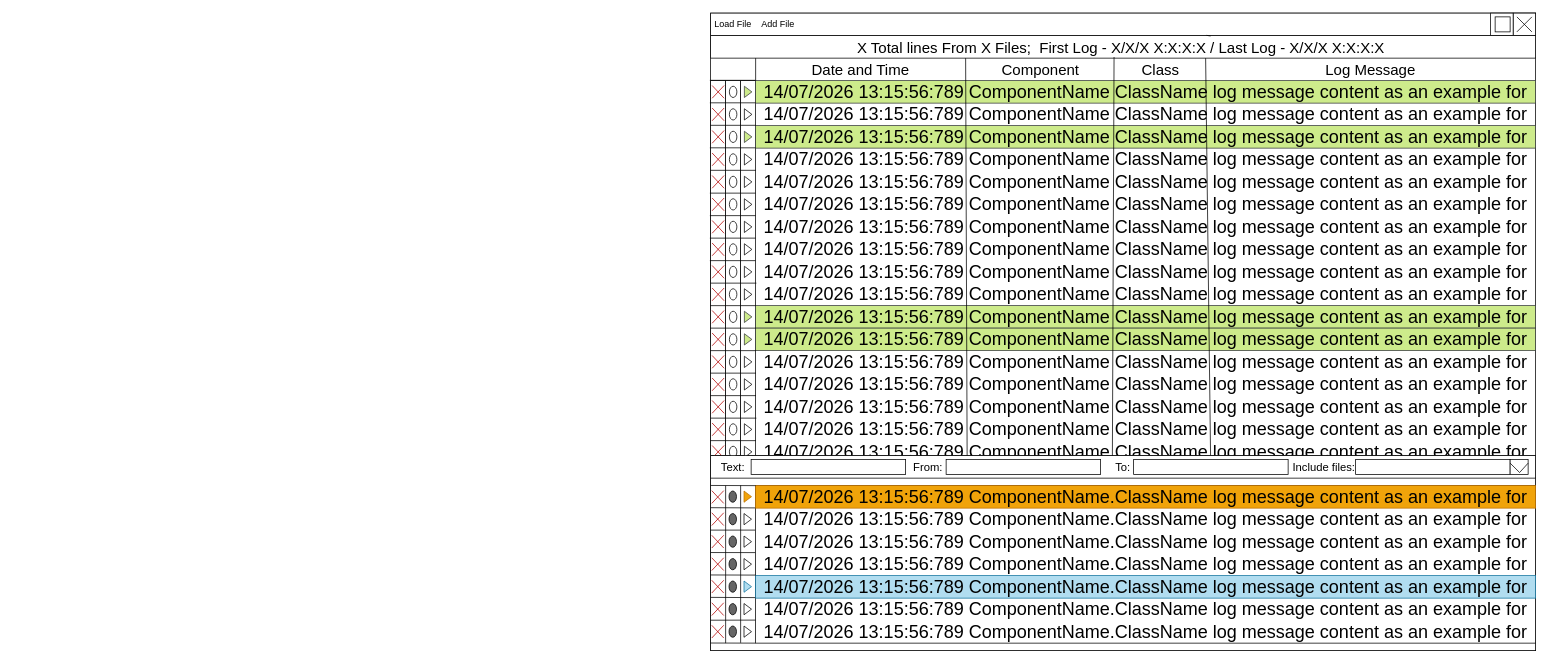
Above: Docs/LogPadLayout.drawio in NGDeveloper125/LogPad (draw.io), before the change. Source tidied: cells renumbered, new cells numbered last; positions are measured from the earlier drawing's top-left corner, leaving out a move shared by most shapes. Both pictures are drawn from the tidied source at 75%, with x=0, y=0 at pixel (710, 13).
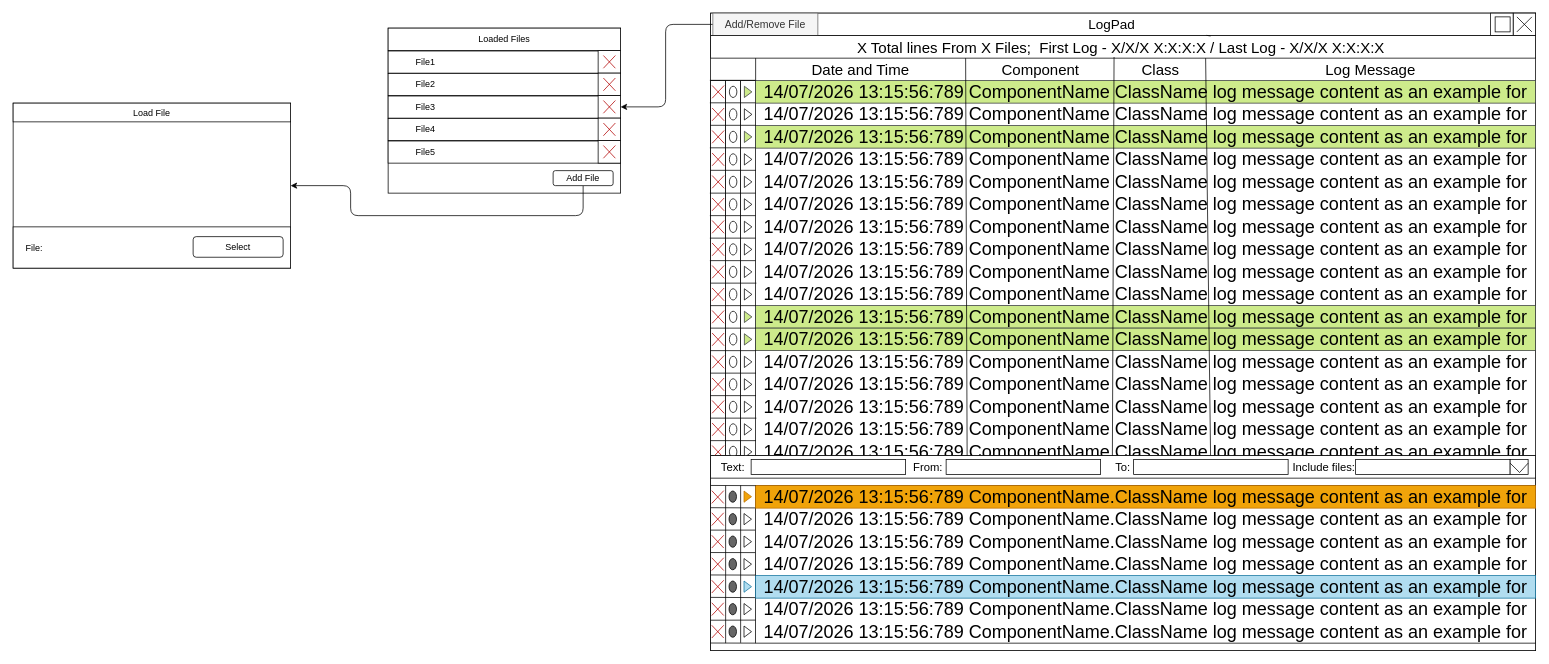
After the change.

Commit message:
Complete LodPadLayout

The edit, as a diff of the source:
```diff
@@
+    <mxCell id="186" style="edgeStyle=none;html=1;entryX=1;entryY=0.5;entryDx=0;entryDy=0;" parent="1" edge="1" source="122" target="207">
+      <mxGeometry relative="1" as="geometry">
+        <Array as="points">
+          <mxPoint x="-59" y="15" />
+          <mxPoint x="-59" y="125" />
+        </Array>
+      </mxGeometry>
+    </mxCell>
-    <mxCell id="122" value="Load File" style="text;html=1;align=center;verticalAlign=middle;whiteSpace=wrap;rounded=0;" parent="1" vertex="1">
-      <mxGeometry x="1" width="60" height="30" as="geometry" />
+    <mxCell id="122" value="Add/Remove File" style="text;html=1;align=center;verticalAlign=middle;whiteSpace=wrap;rounded=0;fontSize=14;strokeWidth=1;fillColor=#f5f5f5;fontColor=#333333;strokeColor=#666666;" parent="1" vertex="1">
+      <mxGeometry x="4" width="140" height="30" as="geometry" />
     </mxCell>
-    <mxCell id="123" value="Add File" style="text;html=1;align=center;verticalAlign=middle;whiteSpace=wrap;rounded=0;" parent="1" vertex="1">
-      <mxGeometry x="61" width="60" height="30" as="geometry" />
-    </mxCell>
@@
+    <mxCell id="187" value="LogPad" style="text;html=1;align=center;verticalAlign=middle;whiteSpace=wrap;rounded=0;fontSize=18;" parent="1" vertex="1">
+      <mxGeometry x="471" width="130" height="30" as="geometry" />
+    </mxCell>
+    <mxCell id="188" style="rounded=0;whiteSpace=wrap;html=1;" parent="1" vertex="1">
+      <mxGeometry x="-929" y="120" width="370" height="220" as="geometry" />
+    </mxCell>
+    <mxCell id="189" value="Load File" style="rounded=0;whiteSpace=wrap;html=1;" parent="1" vertex="1">
+      <mxGeometry x="-929" y="120" width="370" height="25" as="geometry" />
+    </mxCell>
+    <mxCell id="190" style="rounded=0;whiteSpace=wrap;html=1;" parent="1" vertex="1">
+      <mxGeometry x="-929" y="285" width="370" height="55" as="geometry" />
+    </mxCell>
+    <mxCell id="191" value="Select" style="rounded=1;whiteSpace=wrap;html=1;" parent="1" vertex="1">
+      <mxGeometry x="-689" y="298" width="120" height="27.5" as="geometry" />
+    </mxCell>
+    <mxCell id="192" value="File:&amp;nbsp;" style="text;html=1;align=center;verticalAlign=middle;whiteSpace=wrap;rounded=0;" parent="1" vertex="1">
+      <mxGeometry x="-929" y="298" width="60" height="30" as="geometry" />
+    </mxCell>
+    <mxCell id="193" style="rounded=0;whiteSpace=wrap;html=1;" parent="1" vertex="1">
+      <mxGeometry x="-429" y="20" width="310" height="220" as="geometry" />
+    </mxCell>
+    <mxCell id="194" value="Loaded Files" style="rounded=0;whiteSpace=wrap;html=1;" parent="1" vertex="1">
+      <mxGeometry x="-429" y="20" width="310" height="30" as="geometry" />
+    </mxCell>
+    <mxCell id="195" style="rounded=0;whiteSpace=wrap;html=1;" parent="1" vertex="1">
+      <mxGeometry x="-429" y="50.5" width="310" height="29.5" as="geometry" />
+    </mxCell>
+    <mxCell id="196" value="File1" style="text;html=1;align=center;verticalAlign=middle;whiteSpace=wrap;rounded=0;" parent="1" vertex="1">
+      <mxGeometry x="-429" y="50" width="100" height="30" as="geometry" />
+    </mxCell>
+    <mxCell id="197" style="rounded=0;whiteSpace=wrap;html=1;" parent="1" vertex="1">
+      <mxGeometry x="-149" y="50" width="30" height="30" as="geometry" />
+    </mxCell>
+    <mxCell id="198" style="endArrow=none;html=1;exitX=0.1;exitY=0.042;exitDx=0;exitDy=0;exitPerimeter=0;entryX=-0.094;entryY=0.013;entryDx=0;entryDy=0;entryPerimeter=0;fillColor=#e51400;strokeColor=#B20000;" parent="1" edge="1">
+      <mxGeometry relative="1" as="geometry">
+        <mxPoint x="-142" y="73.5" as="sourcePoint" />
+        <mxPoint x="-126" y="56.5" as="targetPoint" />
+      </mxGeometry>
+    </mxCell>
+    <mxCell id="199" style="endArrow=none;html=1;exitX=0.1;exitY=0.013;exitDx=0;exitDy=0;exitPerimeter=0;entryX=0.9;entryY=0.042;entryDx=0;entryDy=0;entryPerimeter=0;fillColor=#e51400;strokeColor=#B20000;" parent="1" edge="1">
+      <mxGeometry relative="1" as="geometry">
+        <mxPoint x="-142" y="56.5" as="sourcePoint" />
+        <mxPoint x="-126" y="73.5" as="targetPoint" />
+      </mxGeometry>
+    </mxCell>
+    <mxCell id="200" style="rounded=0;whiteSpace=wrap;html=1;" parent="1" vertex="1">
+      <mxGeometry x="-429" y="80.5" width="310" height="29.5" as="geometry" />
+    </mxCell>
+    <mxCell id="201" value="File2" style="text;html=1;align=center;verticalAlign=middle;whiteSpace=wrap;rounded=0;" parent="1" vertex="1">
+      <mxGeometry x="-429" y="80" width="100" height="30" as="geometry" />
+    </mxCell>
+    <mxCell id="202" style="rounded=0;whiteSpace=wrap;html=1;" parent="1" vertex="1">
+      <mxGeometry x="-149" y="80" width="30" height="30" as="geometry" />
+    </mxCell>
+    <mxCell id="203" style="endArrow=none;html=1;exitX=0.1;exitY=0.042;exitDx=0;exitDy=0;exitPerimeter=0;entryX=-0.094;entryY=0.013;entryDx=0;entryDy=0;entryPerimeter=0;fillColor=#e51400;strokeColor=#B20000;" parent="1" edge="1">
+      <mxGeometry relative="1" as="geometry">
+        <mxPoint x="-142" y="103.5" as="sourcePoint" />
+        <mxPoint x="-126" y="86.5" as="targetPoint" />
+      </mxGeometry>
+    </mxCell>
+    <mxCell id="204" style="endArrow=none;html=1;exitX=0.1;exitY=0.013;exitDx=0;exitDy=0;exitPerimeter=0;entryX=0.9;entryY=0.042;entryDx=0;entryDy=0;entryPerimeter=0;fillColor=#e51400;strokeColor=#B20000;" parent="1" edge="1">
+      <mxGeometry relative="1" as="geometry">
+        <mxPoint x="-142" y="86.5" as="sourcePoint" />
+        <mxPoint x="-126" y="103.5" as="targetPoint" />
+      </mxGeometry>
+    </mxCell>
+    <mxCell id="205" style="rounded=0;whiteSpace=wrap;html=1;" parent="1" vertex="1">
+      <mxGeometry x="-429" y="110.5" width="310" height="29.5" as="geometry" />
+    </mxCell>
+    <mxCell id="206" value="File3" style="text;html=1;align=center;verticalAlign=middle;whiteSpace=wrap;rounded=0;" parent="1" vertex="1">
+      <mxGeometry x="-429" y="110" width="100" height="30" as="geometry" />
+    </mxCell>
+    <mxCell id="207" style="rounded=0;whiteSpace=wrap;html=1;" parent="1" vertex="1">
+      <mxGeometry x="-149" y="110" width="30" height="30" as="geometry" />
+    </mxCell>
+    <mxCell id="208" style="endArrow=none;html=1;exitX=0.1;exitY=0.042;exitDx=0;exitDy=0;exitPerimeter=0;entryX=-0.094;entryY=0.013;entryDx=0;entryDy=0;entryPerimeter=0;fillColor=#e51400;strokeColor=#B20000;" parent="1" edge="1">
+      <mxGeometry relative="1" as="geometry">
+        <mxPoint x="-142" y="133.5" as="sourcePoint" />
+        <mxPoint x="-126" y="116.5" as="targetPoint" />
+      </mxGeometry>
+    </mxCell>
+    <mxCell id="209" style="endArrow=none;html=1;exitX=0.1;exitY=0.013;exitDx=0;exitDy=0;exitPerimeter=0;entryX=0.9;entryY=0.042;entryDx=0;entryDy=0;entryPerimeter=0;fillColor=#e51400;strokeColor=#B20000;" parent="1" edge="1">
+      <mxGeometry relative="1" as="geometry">
+        <mxPoint x="-142" y="116.5" as="sourcePoint" />
+        <mxPoint x="-126" y="133.5" as="targetPoint" />
+      </mxGeometry>
+    </mxCell>
+    <mxCell id="210" style="rounded=0;whiteSpace=wrap;html=1;" parent="1" vertex="1">
+      <mxGeometry x="-429" y="140.5" width="310" height="29.5" as="geometry" />
+    </mxCell>
+    <mxCell id="211" value="File4" style="text;html=1;align=center;verticalAlign=middle;whiteSpace=wrap;rounded=0;" parent="1" vertex="1">
+      <mxGeometry x="-429" y="140" width="100" height="30" as="geometry" />
+    </mxCell>
+    <mxCell id="212" style="rounded=0;whiteSpace=wrap;html=1;" parent="1" vertex="1">
+      <mxGeometry x="-149" y="140" width="30" height="30" as="geometry" />
+    </mxCell>
+    <mxCell id="213" style="endArrow=none;html=1;exitX=0.1;exitY=0.042;exitDx=0;exitDy=0;exitPerimeter=0;entryX=-0.094;entryY=0.013;entryDx=0;entryDy=0;entryPerimeter=0;fillColor=#e51400;strokeColor=#B20000;" parent="1" edge="1">
+      <mxGeometry relative="1" as="geometry">
+        <mxPoint x="-142" y="163.5" as="sourcePoint" />
+        <mxPoint x="-126" y="146.5" as="targetPoint" />
+      </mxGeometry>
+    </mxCell>
+    <mxCell id="214" style="endArrow=none;html=1;exitX=0.1;exitY=0.013;exitDx=0;exitDy=0;exitPerimeter=0;entryX=0.9;entryY=0.042;entryDx=0;entryDy=0;entryPerimeter=0;fillColor=#e51400;strokeColor=#B20000;" parent="1" edge="1">
+      <mxGeometry relative="1" as="geometry">
+        <mxPoint x="-142" y="146.5" as="sourcePoint" />
+        <mxPoint x="-126" y="163.5" as="targetPoint" />
+      </mxGeometry>
+    </mxCell>
+    <mxCell id="215" style="rounded=0;whiteSpace=wrap;html=1;" parent="1" vertex="1">
+      <mxGeometry x="-429" y="170.5" width="310" height="29.5" as="geometry" />
+    </mxCell>
+    <mxCell id="216" value="File5" style="text;html=1;align=center;verticalAlign=middle;whiteSpace=wrap;rounded=0;" parent="1" vertex="1">
+      <mxGeometry x="-429" y="170" width="100" height="30" as="geometry" />
+    </mxCell>
+    <mxCell id="217" style="rounded=0;whiteSpace=wrap;html=1;" parent="1" vertex="1">
+      <mxGeometry x="-149" y="170" width="30" height="30" as="geometry" />
+    </mxCell>
+    <mxCell id="218" style="endArrow=none;html=1;exitX=0.1;exitY=0.042;exitDx=0;exitDy=0;exitPerimeter=0;entryX=-0.094;entryY=0.013;entryDx=0;entryDy=0;entryPerimeter=0;fillColor=#e51400;strokeColor=#B20000;" parent="1" edge="1">
+      <mxGeometry relative="1" as="geometry">
+        <mxPoint x="-142" y="193.5" as="sourcePoint" />
+        <mxPoint x="-126" y="176.5" as="targetPoint" />
+      </mxGeometry>
+    </mxCell>
+    <mxCell id="219" style="endArrow=none;html=1;exitX=0.1;exitY=0.013;exitDx=0;exitDy=0;exitPerimeter=0;entryX=0.9;entryY=0.042;entryDx=0;entryDy=0;entryPerimeter=0;fillColor=#e51400;strokeColor=#B20000;" parent="1" edge="1">
+      <mxGeometry relative="1" as="geometry">
+        <mxPoint x="-142" y="176.5" as="sourcePoint" />
+        <mxPoint x="-126" y="193.5" as="targetPoint" />
+      </mxGeometry>
+    </mxCell>
+    <mxCell id="220" style="edgeStyle=none;html=1;entryX=1;entryY=0.5;entryDx=0;entryDy=0;" parent="1" edge="1" source="123" target="188">
+      <mxGeometry relative="1" as="geometry">
+        <Array as="points">
+          <mxPoint x="-169" y="270" />
+          <mxPoint x="-479" y="270" />
+          <mxPoint x="-479" y="230" />
+        </Array>
+      </mxGeometry>
+    </mxCell>
+    <mxCell id="123" value="Add File" style="rounded=1;whiteSpace=wrap;html=1;" parent="1" vertex="1">
+      <mxGeometry x="-209" y="210" width="80" height="20" as="geometry" />
+    </mxCell>
```
